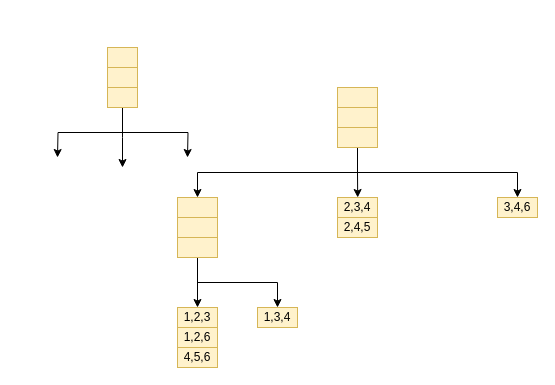
The draw.io diagram page "Page-1" (1 of 3) of Untitled Diagram.drawio in Dsadd4/draw.io, before the edit. Source tidied: cells renumbered, new cells numbered last; positions are measured from the earlier drawing's top-left corner, leaving out a move shared by most shapes. Both pictures are drawn from the tidied source at 100%, with x=0, y=0 at pixel (57, 47).
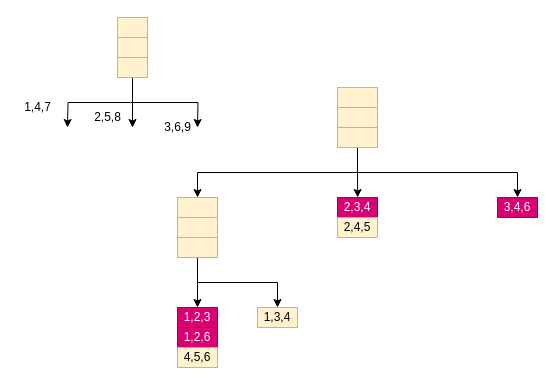
The same page after the edit.

Change to the diagram source:
```diff
@@
-    <mxCell id="8" value="2,3,4" style="rounded=0;whiteSpace=wrap;html=1;fillColor=#fff2cc;strokeColor=#d6b656;" parent="1" vertex="1">
+    <mxCell id="8" value="2,3,4" style="rounded=0;whiteSpace=wrap;html=1;fillColor=#d80073;strokeColor=#A50040;fontColor=#ffffff;" parent="1" vertex="1">
       <mxGeometry x="280" y="150" width="40" height="20" as="geometry" />
     </mxCell>
@@
-    <mxCell id="15" value="3,4,6" style="rounded=0;whiteSpace=wrap;html=1;fillColor=#fff2cc;strokeColor=#d6b656;" parent="1" vertex="1">
+    <mxCell id="15" value="3,4,6" style="rounded=0;whiteSpace=wrap;html=1;fillColor=#d80073;strokeColor=#A50040;fontColor=#ffffff;" parent="1" vertex="1">
       <mxGeometry x="440" y="150" width="40" height="20" as="geometry" />
     </mxCell>
-    <mxCell id="16" value="1,2,3" style="rounded=0;whiteSpace=wrap;html=1;fillColor=#fff2cc;strokeColor=#d6b656;" parent="1" vertex="1">
+    <mxCell id="16" value="1,2,3" style="rounded=0;whiteSpace=wrap;html=1;fillColor=#d80073;strokeColor=#A50040;fontColor=#ffffff;" parent="1" vertex="1">
       <mxGeometry x="120" y="260" width="40" height="20" as="geometry" />
     </mxCell>
-    <mxCell id="17" value="1,2,6" style="rounded=0;whiteSpace=wrap;html=1;fillColor=#fff2cc;strokeColor=#d6b656;" parent="1" vertex="1">
+    <mxCell id="17" value="1,2,6" style="rounded=0;whiteSpace=wrap;html=1;fillColor=#d80073;strokeColor=#A50040;fontColor=#ffffff;" parent="1" vertex="1">
       <mxGeometry x="120" y="280" width="40" height="20" as="geometry" />
     </mxCell>
@@
     <mxCell id="20" style="rounded=0;whiteSpace=wrap;html=1;fillColor=#fff2cc;strokeColor=#d6b656;" parent="1" vertex="1">
-      <mxGeometry x="50" width="30" height="20" as="geometry" />
+      <mxGeometry x="60" y="-30" width="30" height="20" as="geometry" />
     </mxCell>
     <mxCell id="21" style="rounded=0;whiteSpace=wrap;html=1;fillColor=#fff2cc;strokeColor=#d6b656;" parent="1" vertex="1">
-      <mxGeometry x="50" y="20" width="30" height="20" as="geometry" />
+      <mxGeometry x="60" y="-10" width="30" height="20" as="geometry" />
     </mxCell>
     <mxCell id="22" style="edgeStyle=orthogonalEdgeStyle;rounded=0;jettySize=auto;html=1;exitX=0.5;exitY=1;exitDx=0;exitDy=0;" parent="1" edge="1" source="25">
       <mxGeometry relative="1" as="geometry">
-        <mxPoint y="110" as="targetPoint" />
+        <mxPoint x="10" y="80" as="targetPoint" />
       </mxGeometry>
     </mxCell>
     <mxCell id="23" style="edgeStyle=orthogonalEdgeStyle;rounded=0;jettySize=auto;html=1;exitX=0.5;exitY=1;exitDx=0;exitDy=0;" parent="1" edge="1" source="25">
       <mxGeometry relative="1" as="geometry">
-        <mxPoint x="65" y="120" as="targetPoint" />
+        <mxPoint x="75" y="80" as="targetPoint" />
       </mxGeometry>
     </mxCell>
     <mxCell id="24" style="edgeStyle=orthogonalEdgeStyle;rounded=0;jettySize=auto;html=1;exitX=0.5;exitY=1;exitDx=0;exitDy=0;" parent="1" edge="1" source="25">
       <mxGeometry relative="1" as="geometry">
-        <mxPoint x="130" y="110" as="targetPoint" />
+        <mxPoint x="140" y="80" as="targetPoint" />
       </mxGeometry>
     </mxCell>
     <mxCell id="25" style="rounded=0;whiteSpace=wrap;html=1;fillColor=#fff2cc;strokeColor=#d6b656;" parent="1" vertex="1">
-      <mxGeometry x="50" y="40" width="30" height="20" as="geometry" />
+      <mxGeometry x="60" y="10" width="30" height="20" as="geometry" />
     </mxCell>
+    <mxCell id="26" value="1,4,7" style="text;html=1;align=center;verticalAlign=middle;strokeColor=none;fillColor=none;" parent="1" vertex="1">
+      <mxGeometry x="-40" y="50" width="40" height="20" as="geometry" />
+    </mxCell>
+    <mxCell id="27" value="2,5,8" style="text;html=1;align=center;verticalAlign=middle;strokeColor=none;fillColor=none;" parent="1" vertex="1">
+      <mxGeometry x="30" y="60" width="40" height="20" as="geometry" />
+    </mxCell>
+    <mxCell id="28" value="3,6,9" style="text;html=1;align=center;verticalAlign=middle;strokeColor=none;fillColor=none;" parent="1" vertex="1">
+      <mxGeometry x="100" y="70" width="40" height="20" as="geometry" />
+    </mxCell>
```
